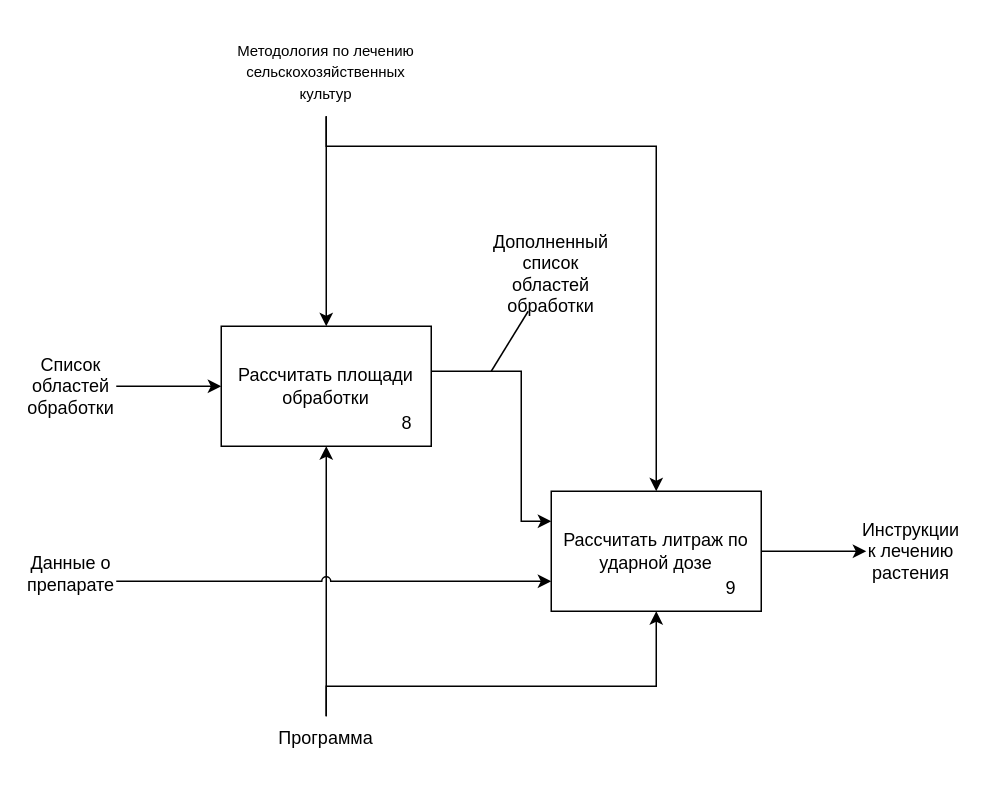
Above: coursework/diagrams/IDEF0_4.drawio in ThomasCharester/KursuchShop (draw.io), before the change. Source tidied: cells renumbered, new cells numbered last; positions are measured from the earlier drawing's top-left corner, leaving out a move shared by most shapes. Both pictures are drawn from the tidied source at 150%, with x=0, y=0 at pixel (26, 26).
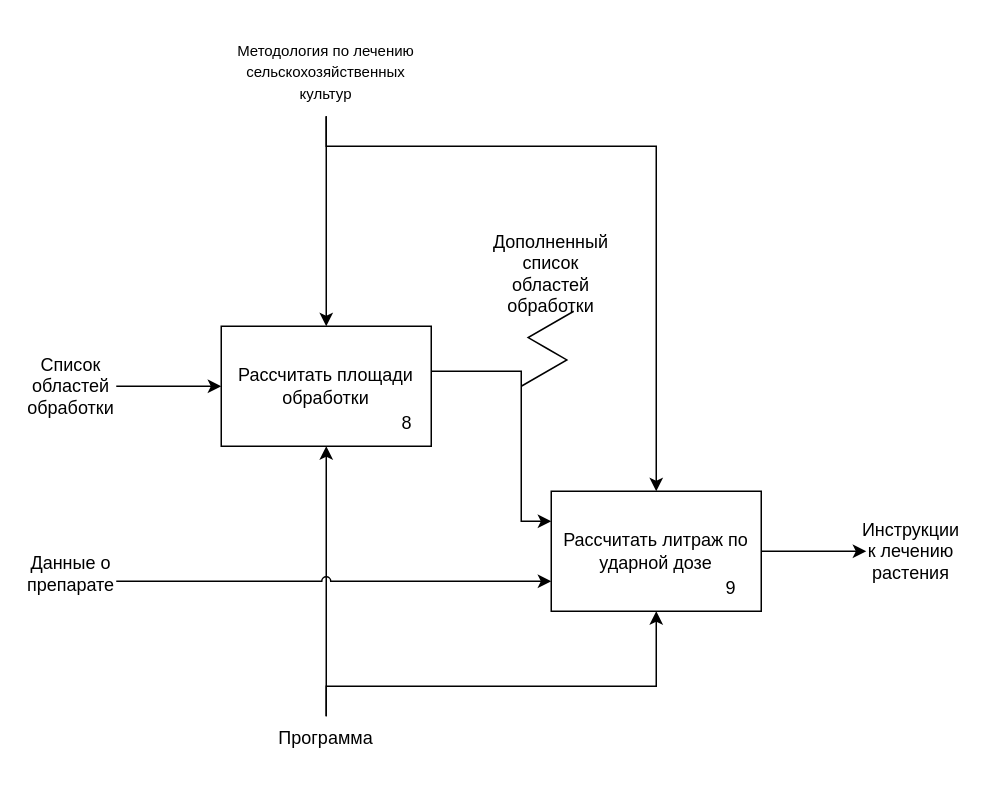
After the change.

The change refers to these unchanged cells:
```xml
<mxCell id="16" value="Дополненный список областей обработки" style="text;html=1;align=center;verticalAlign=middle;whiteSpace=wrap;rounded=0;" parent="1" vertex="1">
  <mxGeometry x="320" y="140" width="60" height="50" as="geometry" />
</mxCell>
```

The edit, as a diff of the source:
```diff
@@
-    <mxCell id="18" style="endArrow=none;html=1;rounded=0;" parent="1" edge="1" target="16">
-      <mxGeometry relative="1" as="geometry">
-        <mxPoint x="310" y="230" as="sourcePoint" />
-      </mxGeometry>
-    </mxCell>
@@
+    <mxCell id="21" style="edgeStyle=isometricEdgeStyle;endArrow=none;html=1;rounded=0;entryX=0.75;entryY=1;entryDx=0;entryDy=0;" parent="1" edge="1" target="16">
+      <mxGeometry relative="1" as="geometry">
+        <mxPoint x="330" y="240" as="sourcePoint" />
+      </mxGeometry>
+    </mxCell>
```
